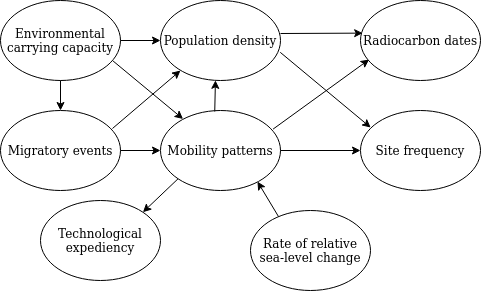
This is figures/dag_paper4.png from isakro/thesis, a draw.io export, as it was before one commit. Source tidied: cells renumbered, new cells last; positions are measured from the earlier drawing's top-left corner, leaving out a move shared by most shapes. Its diagram source:
```xml
<mxGraphModel>
  <root>
    <mxCell id="0" />
    <mxCell id="1" parent="0" />
    <mxCell id="2" value="Population density" style="ellipse;whiteSpace=wrap;html=1;" parent="1" vertex="1">
      <mxGeometry x="160" width="120" height="80" as="geometry" />
    </mxCell>
    <mxCell id="3" value="Mobility patterns" style="ellipse;whiteSpace=wrap;html=1;" parent="1" vertex="1">
      <mxGeometry x="160" y="110" width="120" height="80" as="geometry" />
    </mxCell>
    <mxCell id="4" value="Site frequency" style="ellipse;whiteSpace=wrap;html=1;" parent="1" vertex="1">
      <mxGeometry x="360" y="110" width="120" height="80" as="geometry" />
    </mxCell>
    <mxCell id="5" value="Radiocarbon dates" style="ellipse;whiteSpace=wrap;html=1;" parent="1" vertex="1">
      <mxGeometry x="360" width="120" height="80" as="geometry" />
    </mxCell>
    <mxCell id="6" style="endArrow=classic;html=1;rounded=0;entryX=1;entryY=0;entryDx=0;entryDy=0;exitX=0;exitY=1;exitDx=0;exitDy=0;" parent="1" edge="1" source="3" target="17">
      <mxGeometry relative="1" as="geometry" />
    </mxCell>
    <mxCell id="7" value="Rate of relative sea-level change" style="ellipse;whiteSpace=wrap;html=1;" parent="1" vertex="1">
      <mxGeometry x="250" y="210" width="120" height="80" as="geometry" />
    </mxCell>
    <mxCell id="8" style="endArrow=classic;html=1;rounded=0;exitX=0.938;exitY=0.233;exitDx=0;exitDy=0;entryX=0.072;entryY=0.738;entryDx=0;entryDy=0;entryPerimeter=0;exitPerimeter=0;" parent="1" edge="1" source="3" target="5">
      <mxGeometry relative="1" as="geometry" />
    </mxCell>
    <mxCell id="9" style="endArrow=classic;html=1;rounded=0;exitX=0.233;exitY=0.075;exitDx=0;exitDy=0;exitPerimeter=0;entryX=0.808;entryY=0.888;entryDx=0;entryDy=0;entryPerimeter=0;" parent="1" edge="1" source="7" target="3">
      <mxGeometry relative="1" as="geometry" />
    </mxCell>
    <mxCell id="10" style="endArrow=classic;html=1;rounded=0;exitX=1;exitY=0.5;exitDx=0;exitDy=0;entryX=0;entryY=0.5;entryDx=0;entryDy=0;" parent="1" edge="1" source="3" target="4">
      <mxGeometry relative="1" as="geometry" />
    </mxCell>
    <mxCell id="11" style="endArrow=classic;html=1;rounded=0;exitX=0.998;exitY=0.648;exitDx=0;exitDy=0;entryX=0.085;entryY=0.213;entryDx=0;entryDy=0;entryPerimeter=0;exitPerimeter=0;" parent="1" edge="1" source="2" target="4">
      <mxGeometry relative="1" as="geometry" />
    </mxCell>
    <mxCell id="12" style="endArrow=classic;html=1;rounded=0;exitX=0.452;exitY=0.013;exitDx=0;exitDy=0;entryX=0.458;entryY=0.998;entryDx=0;entryDy=0;entryPerimeter=0;exitPerimeter=0;" parent="1" edge="1" source="3" target="2">
      <mxGeometry relative="1" as="geometry" />
    </mxCell>
    <mxCell id="13" style="endArrow=classic;html=1;rounded=0;entryX=0.018;entryY=0.408;entryDx=0;entryDy=0;entryPerimeter=0;" parent="1" edge="1" target="5">
      <mxGeometry relative="1" as="geometry">
        <mxPoint x="280" y="33" as="sourcePoint" />
      </mxGeometry>
    </mxCell>
    <mxCell id="14" value="Migratory events" style="ellipse;whiteSpace=wrap;html=1;" parent="1" vertex="1">
      <mxGeometry y="110" width="120" height="80" as="geometry" />
    </mxCell>
    <mxCell id="15" style="endArrow=classic;html=1;rounded=0;exitX=0.933;exitY=0.225;exitDx=0;exitDy=0;exitPerimeter=0;" parent="1" edge="1" source="14">
      <mxGeometry relative="1" as="geometry">
        <mxPoint x="180" y="70" as="targetPoint" />
      </mxGeometry>
    </mxCell>
    <mxCell id="16" style="endArrow=classic;html=1;rounded=0;exitX=1;exitY=0.5;exitDx=0;exitDy=0;entryX=0;entryY=0.5;entryDx=0;entryDy=0;" parent="1" edge="1" source="14" target="3">
      <mxGeometry relative="1" as="geometry" />
    </mxCell>
    <mxCell id="17" value="&lt;div&gt;Technological&lt;/div&gt;&lt;div&gt;expediency&lt;br&gt;&lt;/div&gt;" style="ellipse;whiteSpace=wrap;html=1;" parent="1" vertex="1">
      <mxGeometry x="40" y="200" width="120" height="80" as="geometry" />
    </mxCell>
    <mxCell id="18" value="Environmental carrying capacity" style="ellipse;whiteSpace=wrap;html=1;" parent="1" vertex="1">
      <mxGeometry width="120" height="80" as="geometry" />
    </mxCell>
    <mxCell id="19" style="endArrow=classic;html=1;rounded=0;entryX=0.188;entryY=0.106;entryDx=0;entryDy=0;entryPerimeter=0;exitX=0.938;exitY=0.756;exitDx=0;exitDy=0;exitPerimeter=0;" parent="1" edge="1" source="18" target="3">
      <mxGeometry relative="1" as="geometry" />
    </mxCell>
    <mxCell id="20" style="endArrow=classic;html=1;rounded=0;" parent="1" edge="1">
      <mxGeometry relative="1" as="geometry">
        <mxPoint x="120" y="40" as="sourcePoint" />
        <mxPoint x="160" y="40" as="targetPoint" />
      </mxGeometry>
    </mxCell>
    <mxCell id="21" style="endArrow=classic;html=1;rounded=0;exitX=0.5;exitY=1;exitDx=0;exitDy=0;entryX=0.5;entryY=0;entryDx=0;entryDy=0;" parent="1" edge="1" source="18" target="14">
      <mxGeometry relative="1" as="geometry" />
    </mxCell>
  </root>
</mxGraphModel>
```
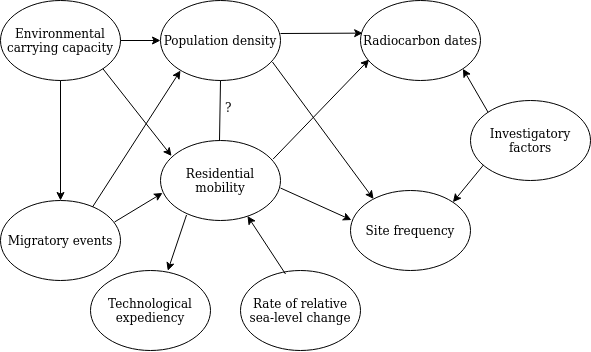
Later version of the same file.

Change to the diagram source:
```diff
@@ -5,59 +5,56 @@
     <mxCell id="2" value="Population density" style="ellipse;whiteSpace=wrap;html=1;" parent="1" vertex="1">
       <mxGeometry x="160" width="120" height="80" as="geometry" />
     </mxCell>
-    <mxCell id="3" value="Mobility patterns" style="ellipse;whiteSpace=wrap;html=1;" parent="1" vertex="1">
-      <mxGeometry x="160" y="110" width="120" height="80" as="geometry" />
+    <mxCell id="3" value="Residential mobility" style="ellipse;whiteSpace=wrap;html=1;" parent="1" vertex="1">
+      <mxGeometry x="160" y="140" width="120" height="80" as="geometry" />
     </mxCell>
     <mxCell id="4" value="Site frequency" style="ellipse;whiteSpace=wrap;html=1;" parent="1" vertex="1">
-      <mxGeometry x="360" y="110" width="120" height="80" as="geometry" />
+      <mxGeometry x="350" y="190" width="120" height="80" as="geometry" />
     </mxCell>
     <mxCell id="5" value="Radiocarbon dates" style="ellipse;whiteSpace=wrap;html=1;" parent="1" vertex="1">
       <mxGeometry x="360" width="120" height="80" as="geometry" />
     </mxCell>
-    <mxCell id="6" style="endArrow=classic;html=1;rounded=0;entryX=1;entryY=0;entryDx=0;entryDy=0;exitX=0;exitY=1;exitDx=0;exitDy=0;" parent="1" edge="1" source="3" target="17">
+    <mxCell id="6" style="endArrow=classic;html=1;rounded=0;entryX=0.644;entryY=0.003;entryDx=0;entryDy=0;exitX=0.217;exitY=0.931;exitDx=0;exitDy=0;entryPerimeter=0;exitPerimeter=0;" parent="1" edge="1" source="3" target="17">
       <mxGeometry relative="1" as="geometry" />
     </mxCell>
     <mxCell id="7" value="Rate of relative sea-level change" style="ellipse;whiteSpace=wrap;html=1;" parent="1" vertex="1">
-      <mxGeometry x="250" y="210" width="120" height="80" as="geometry" />
+      <mxGeometry x="240" y="270" width="120" height="80" as="geometry" />
     </mxCell>
     <mxCell id="8" style="endArrow=classic;html=1;rounded=0;exitX=0.938;exitY=0.233;exitDx=0;exitDy=0;entryX=0.072;entryY=0.738;entryDx=0;entryDy=0;entryPerimeter=0;exitPerimeter=0;" parent="1" edge="1" source="3" target="5">
       <mxGeometry relative="1" as="geometry" />
     </mxCell>
-    <mxCell id="9" style="endArrow=classic;html=1;rounded=0;exitX=0.233;exitY=0.075;exitDx=0;exitDy=0;exitPerimeter=0;entryX=0.808;entryY=0.888;entryDx=0;entryDy=0;entryPerimeter=0;" parent="1" edge="1" source="7" target="3">
+    <mxCell id="9" style="endArrow=classic;html=1;rounded=0;exitX=0.375;exitY=0.044;exitDx=0;exitDy=0;exitPerimeter=0;entryX=0.725;entryY=0.944;entryDx=0;entryDy=0;entryPerimeter=0;" parent="1" edge="1" source="7" target="3">
       <mxGeometry relative="1" as="geometry" />
     </mxCell>
-    <mxCell id="10" style="endArrow=classic;html=1;rounded=0;exitX=1;exitY=0.5;exitDx=0;exitDy=0;entryX=0;entryY=0.5;entryDx=0;entryDy=0;" parent="1" edge="1" source="3" target="4">
+    <mxCell id="10" style="endArrow=classic;html=1;rounded=0;exitX=1;exitY=0.594;exitDx=0;exitDy=0;entryX=0.008;entryY=0.369;entryDx=0;entryDy=0;exitPerimeter=0;entryPerimeter=0;" parent="1" edge="1" source="3" target="4">
       <mxGeometry relative="1" as="geometry" />
     </mxCell>
-    <mxCell id="11" style="endArrow=classic;html=1;rounded=0;exitX=0.998;exitY=0.648;exitDx=0;exitDy=0;entryX=0.085;entryY=0.213;entryDx=0;entryDy=0;entryPerimeter=0;exitPerimeter=0;" parent="1" edge="1" source="2" target="4">
+    <mxCell id="11" style="endArrow=classic;html=1;rounded=0;exitX=0.933;exitY=0.769;exitDx=0;exitDy=0;entryX=0.192;entryY=0.106;entryDx=0;entryDy=0;entryPerimeter=0;exitPerimeter=0;" parent="1" edge="1" source="2" target="4">
       <mxGeometry relative="1" as="geometry" />
     </mxCell>
-    <mxCell id="12" style="endArrow=classic;html=1;rounded=0;exitX=0.452;exitY=0.013;exitDx=0;exitDy=0;entryX=0.458;entryY=0.998;entryDx=0;entryDy=0;entryPerimeter=0;exitPerimeter=0;" parent="1" edge="1" source="3" target="2">
-      <mxGeometry relative="1" as="geometry" />
-    </mxCell>
     <mxCell id="13" style="endArrow=classic;html=1;rounded=0;entryX=0.018;entryY=0.408;entryDx=0;entryDy=0;entryPerimeter=0;" parent="1" edge="1" target="5">
       <mxGeometry relative="1" as="geometry">
         <mxPoint x="280" y="33" as="sourcePoint" />
       </mxGeometry>
     </mxCell>
     <mxCell id="14" value="Migratory events" style="ellipse;whiteSpace=wrap;html=1;" parent="1" vertex="1">
-      <mxGeometry y="110" width="120" height="80" as="geometry" />
+      <mxGeometry y="200" width="120" height="80" as="geometry" />
     </mxCell>
-    <mxCell id="15" style="endArrow=classic;html=1;rounded=0;exitX=0.933;exitY=0.225;exitDx=0;exitDy=0;exitPerimeter=0;" parent="1" edge="1" source="14">
+    <mxCell id="15" style="endArrow=classic;html=1;rounded=0;exitX=0.767;exitY=0.081;exitDx=0;exitDy=0;exitPerimeter=0;" parent="1" edge="1" source="14">
       <mxGeometry relative="1" as="geometry">
         <mxPoint x="180" y="70" as="targetPoint" />
       </mxGeometry>
     </mxCell>
-    <mxCell id="16" style="endArrow=classic;html=1;rounded=0;exitX=1;exitY=0.5;exitDx=0;exitDy=0;entryX=0;entryY=0.5;entryDx=0;entryDy=0;" parent="1" edge="1" source="14" target="3">
+    <mxCell id="16" style="endArrow=classic;html=1;rounded=0;exitX=0.95;exitY=0.269;exitDx=0;exitDy=0;entryX=0.017;entryY=0.656;entryDx=0;entryDy=0;exitPerimeter=0;entryPerimeter=0;" parent="1" edge="1" source="14" target="3">
       <mxGeometry relative="1" as="geometry" />
     </mxCell>
     <mxCell id="17" value="&lt;div&gt;Technological&lt;/div&gt;&lt;div&gt;expediency&lt;br&gt;&lt;/div&gt;" style="ellipse;whiteSpace=wrap;html=1;" parent="1" vertex="1">
-      <mxGeometry x="40" y="200" width="120" height="80" as="geometry" />
+      <mxGeometry x="90" y="270" width="120" height="80" as="geometry" />
     </mxCell>
     <mxCell id="18" value="Environmental carrying capacity" style="ellipse;whiteSpace=wrap;html=1;" parent="1" vertex="1">
       <mxGeometry width="120" height="80" as="geometry" />
     </mxCell>
-    <mxCell id="19" style="endArrow=classic;html=1;rounded=0;entryX=0.188;entryY=0.106;entryDx=0;entryDy=0;entryPerimeter=0;exitX=0.938;exitY=0.756;exitDx=0;exitDy=0;exitPerimeter=0;" parent="1" edge="1" source="18" target="3">
+    <mxCell id="19" style="endArrow=classic;html=1;rounded=0;entryX=0.092;entryY=0.194;entryDx=0;entryDy=0;entryPerimeter=0;exitX=1;exitY=1;exitDx=0;exitDy=0;" parent="1" edge="1" source="18" target="3">
       <mxGeometry relative="1" as="geometry" />
     </mxCell>
     <mxCell id="20" style="endArrow=classic;html=1;rounded=0;" parent="1" edge="1">
@@ -69,5 +66,23 @@
     <mxCell id="21" style="endArrow=classic;html=1;rounded=0;exitX=0.5;exitY=1;exitDx=0;exitDy=0;entryX=0.5;entryY=0;entryDx=0;entryDy=0;" parent="1" edge="1" source="18" target="14">
       <mxGeometry relative="1" as="geometry" />
     </mxCell>
+    <mxCell id="22" value="?" style="text;html=1;strokeColor=none;fillColor=none;spacing=5;spacingTop=-20;whiteSpace=wrap;overflow=hidden;rounded=0;" parent="1" vertex="1">
+      <mxGeometry x="220" y="110" width="30" height="20" as="geometry" />
+    </mxCell>
+    <mxCell id="23" style="endArrow=none;html=1;rounded=0;endFill=0;" parent="1" edge="1">
+      <mxGeometry relative="1" as="geometry">
+        <mxPoint x="219" y="140" as="sourcePoint" />
+        <mxPoint x="220" y="80" as="targetPoint" />
+      </mxGeometry>
+    </mxCell>
+    <mxCell id="24" value="Investigatory factors" style="ellipse;whiteSpace=wrap;html=1;" parent="1" vertex="1">
+      <mxGeometry x="470" y="100" width="120" height="80" as="geometry" />
+    </mxCell>
+    <mxCell id="25" style="endArrow=classic;html=1;rounded=0;exitX=0;exitY=0;exitDx=0;exitDy=0;entryX=1;entryY=1;entryDx=0;entryDy=0;" parent="1" edge="1" source="24" target="5">
+      <mxGeometry relative="1" as="geometry" />
+    </mxCell>
+    <mxCell id="26" style="endArrow=classic;html=1;rounded=0;entryX=1;entryY=0;entryDx=0;entryDy=0;exitX=0.109;exitY=0.805;exitDx=0;exitDy=0;exitPerimeter=0;" parent="1" edge="1" source="24" target="4">
+      <mxGeometry relative="1" as="geometry" />
+    </mxCell>
   </root>
 </mxGraphModel>
```
